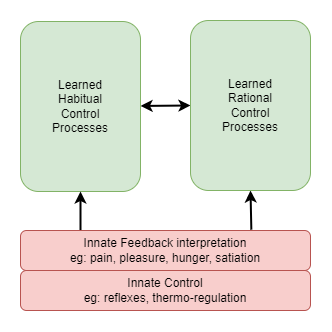
The draw.io diagram files/A-coherent-theory-v1-bio-3-systems.drawio.png in malcolmlett/malcolmlett.github.io, before a commit. Source tidied: cells renumbered, new cells last; positions are measured from the earlier drawing's top-left corner, leaving out a move shared by most shapes.
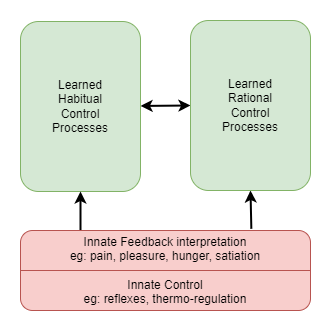
Above is the later version.

Commit message:
3 systems diagram

What changed in the source:
```diff
@@ -8,9 +8,6 @@
     <mxCell id="3" value="Learned&lt;br&gt;Habitual&lt;br&gt;Control&lt;br&gt;Processes" style="rounded=1;whiteSpace=wrap;html=1;fillColor=#d5e8d4;strokeColor=#82b366;" parent="1" vertex="1">
       <mxGeometry y="1" width="120" height="170" as="geometry" />
     </mxCell>
-    <mxCell id="4" value="Innate Control&lt;br&gt;eg: reflexes, thermo-regulation" style="rounded=1;whiteSpace=wrap;html=1;strokeColor=#b85450;strokeWidth=1;fontSize=12;fillColor=#f8cecc;" parent="1" vertex="1">
-      <mxGeometry y="250" width="290" height="40" as="geometry" />
-    </mxCell>
     <mxCell id="5" style="edgeStyle=none;rounded=0;jettySize=auto;html=1;entryX=0.5;entryY=1;entryDx=0;entryDy=0;strokeWidth=2;fontSize=12;startArrow=none;startFill=0;endArrow=classic;endFill=1;" parent="1" edge="1" target="3">
       <mxGeometry relative="1" as="geometry">
         <mxPoint x="60" y="210" as="sourcePoint" />
@@ -19,11 +16,14 @@
     <mxCell id="6" style="edgeStyle=none;rounded=0;jettySize=auto;html=1;entryX=0.5;entryY=1;entryDx=0;entryDy=0;strokeWidth=2;fontSize=12;startArrow=none;startFill=0;endArrow=classic;endFill=1;exitX=0.796;exitY=-0.021;exitDx=0;exitDy=0;exitPerimeter=0;" parent="1" edge="1" source="7" target="8">
       <mxGeometry relative="1" as="geometry" />
     </mxCell>
-    <mxCell id="7" value="Innate Feedback interpretation&lt;br&gt;eg: pain, pleasure, hunger, satiation" style="rounded=1;whiteSpace=wrap;html=1;strokeColor=#b85450;strokeWidth=1;fontSize=12;fillColor=#f8cecc;" parent="1" vertex="1">
-      <mxGeometry y="210" width="290" height="40" as="geometry" />
+    <mxCell id="7" value="Innate Feedback interpretation&lt;br&gt;eg: pain, pleasure, hunger, satiation&lt;br&gt;&lt;br&gt;Innate Control&lt;br style=&quot;border-color: var(--border-color);&quot;&gt;eg: reflexes, thermo-regulation" style="rounded=1;whiteSpace=wrap;html=1;strokeColor=#b85450;strokeWidth=1;fontSize=12;fillColor=#f8cecc;" parent="1" vertex="1">
+      <mxGeometry y="210" width="290" height="80" as="geometry" />
     </mxCell>
     <mxCell id="8" value="Learned&lt;br&gt;Rational&lt;br&gt;Control&lt;br&gt;Processes" style="rounded=1;whiteSpace=wrap;html=1;fillColor=#d5e8d4;strokeColor=#82b366;" parent="1" vertex="1">
       <mxGeometry x="170" width="120" height="170" as="geometry" />
     </mxCell>
+    <mxCell id="9" style="endArrow=none;html=1;rounded=1;strokeWidth=1;exitX=0;exitY=0.5;exitDx=0;exitDy=0;entryX=1;entryY=0.5;entryDx=0;entryDy=0;fillColor=#f8cecc;strokeColor=#b85450;" parent="1" edge="1" source="7" target="7">
+      <mxGeometry relative="1" as="geometry" />
+    </mxCell>
   </root>
 </mxGraphModel>
```
